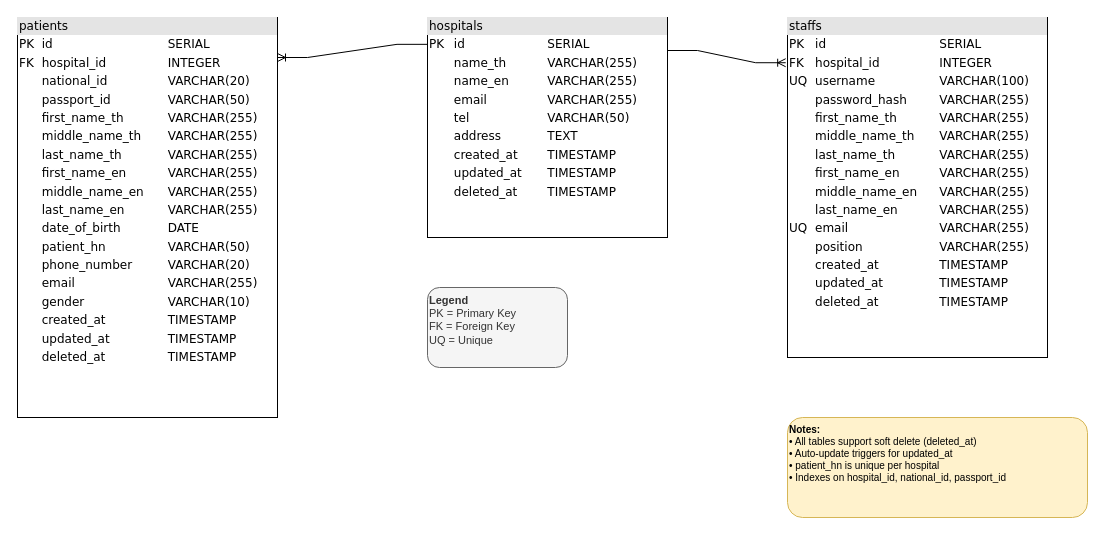
Earlier version of the draw.io diagram document/draw.io/database-schema.drawio (Thanamin/go-api). Source tidied: cells renumbered, new cells numbered last; positions are measured from the earlier drawing's top-left corner, leaving out a move shared by most shapes. Both pictures are drawn from the tidied source at 100%, with x=0, y=0 at pixel (17, 17).
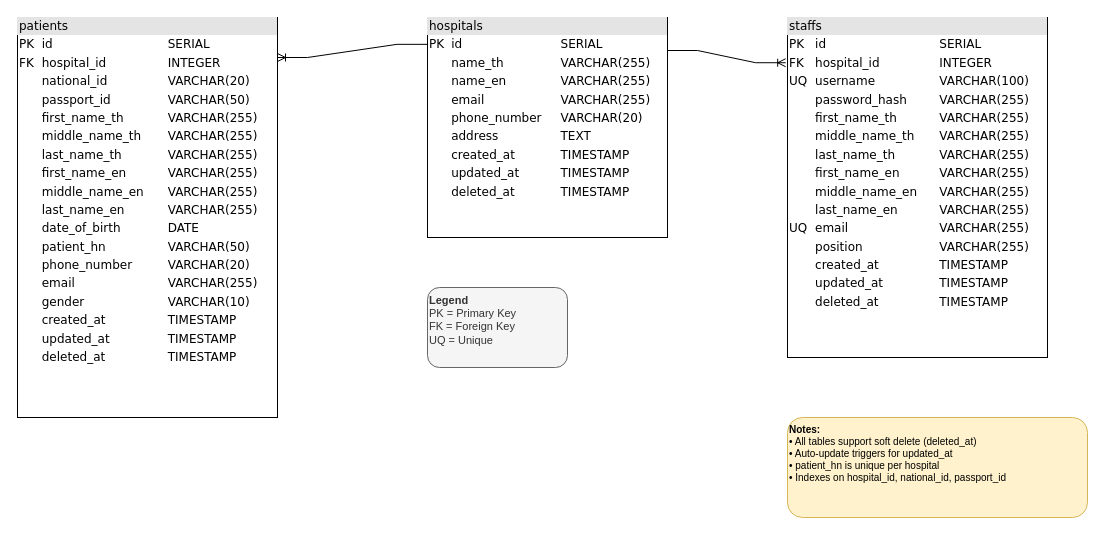
The same page after the edit.

What changed in the source:
```diff
@@
 <mxGraphModel>
   <root>
     <mxCell id="0" />
     <mxCell id="1" parent="0" />
-    <mxCell id="2" value="&lt;div style=&quot;box-sizing:border-box;width:100%;background:#e4e4e4;padding:2px;&quot;&gt;hospitals&lt;/div&gt;&lt;table style=&quot;width:100%;font-size:1em;&quot; cellpadding=&quot;2&quot; cellspacing=&quot;0&quot;&gt;&lt;tbody&gt;&lt;tr&gt;&lt;td&gt;PK&lt;/td&gt;&lt;td&gt;id&lt;/td&gt;&lt;td&gt;SERIAL&lt;/td&gt;&lt;/tr&gt;&lt;tr&gt;&lt;td&gt;&lt;/td&gt;&lt;td&gt;name_th&lt;/td&gt;&lt;td&gt;VARCHAR(255)&lt;/td&gt;&lt;/tr&gt;&lt;tr&gt;&lt;td&gt;&lt;/td&gt;&lt;td&gt;name_en&lt;/td&gt;&lt;td&gt;VARCHAR(255)&lt;/td&gt;&lt;/tr&gt;&lt;tr&gt;&lt;td&gt;&lt;/td&gt;&lt;td&gt;email&lt;/td&gt;&lt;td&gt;VARCHAR(255)&lt;/td&gt;&lt;/tr&gt;&lt;tr&gt;&lt;td&gt;&lt;/td&gt;&lt;td&gt;tel&lt;/td&gt;&lt;td&gt;VARCHAR(50)&lt;/td&gt;&lt;/tr&gt;&lt;tr&gt;&lt;td&gt;&lt;/td&gt;&lt;td&gt;address&lt;/td&gt;&lt;td&gt;TEXT&lt;/td&gt;&lt;/tr&gt;&lt;tr&gt;&lt;td&gt;&lt;/td&gt;&lt;td&gt;created_at&lt;/td&gt;&lt;td&gt;TIMESTAMP&lt;/td&gt;&lt;/tr&gt;&lt;tr&gt;&lt;td&gt;&lt;/td&gt;&lt;td&gt;updated_at&lt;/td&gt;&lt;td&gt;TIMESTAMP&lt;/td&gt;&lt;/tr&gt;&lt;tr&gt;&lt;td&gt;&lt;/td&gt;&lt;td&gt;deleted_at&lt;/td&gt;&lt;td&gt;TIMESTAMP&lt;/td&gt;&lt;/tr&gt;&lt;/tbody&gt;&lt;/table&gt;" style="verticalAlign=top;align=left;overflow=fill;html=1;rounded=0;shadow=0;comic=0;labelBackgroundColor=none;strokeWidth=1;fontFamily=Verdana;fontSize=12;" parent="1" vertex="1">
+    <mxCell id="2" value="&lt;div style=&quot;box-sizing:border-box;width:100%;background:#e4e4e4;padding:2px;&quot;&gt;hospitals&lt;/div&gt;&lt;table style=&quot;width:100%;font-size:1em;&quot; cellpadding=&quot;2&quot; cellspacing=&quot;0&quot;&gt;&lt;tbody&gt;&lt;tr&gt;&lt;td&gt;PK&lt;/td&gt;&lt;td&gt;id&lt;/td&gt;&lt;td&gt;SERIAL&lt;/td&gt;&lt;/tr&gt;&lt;tr&gt;&lt;td&gt;&lt;/td&gt;&lt;td&gt;name_th&lt;/td&gt;&lt;td&gt;VARCHAR(255)&lt;/td&gt;&lt;/tr&gt;&lt;tr&gt;&lt;td&gt;&lt;/td&gt;&lt;td&gt;name_en&lt;/td&gt;&lt;td&gt;VARCHAR(255)&lt;/td&gt;&lt;/tr&gt;&lt;tr&gt;&lt;td&gt;&lt;/td&gt;&lt;td&gt;email&lt;/td&gt;&lt;td&gt;VARCHAR(255)&lt;/td&gt;&lt;/tr&gt;&lt;tr&gt;&lt;td&gt;&lt;/td&gt;&lt;td&gt;phone_number&lt;/td&gt;&lt;td&gt;VARCHAR(20)&lt;/td&gt;&lt;/tr&gt;&lt;tr&gt;&lt;td&gt;&lt;/td&gt;&lt;td&gt;address&lt;/td&gt;&lt;td&gt;TEXT&lt;/td&gt;&lt;/tr&gt;&lt;tr&gt;&lt;td&gt;&lt;/td&gt;&lt;td&gt;created_at&lt;/td&gt;&lt;td&gt;TIMESTAMP&lt;/td&gt;&lt;/tr&gt;&lt;tr&gt;&lt;td&gt;&lt;/td&gt;&lt;td&gt;updated_at&lt;/td&gt;&lt;td&gt;TIMESTAMP&lt;/td&gt;&lt;/tr&gt;&lt;tr&gt;&lt;td&gt;&lt;/td&gt;&lt;td&gt;deleted_at&lt;/td&gt;&lt;td&gt;TIMESTAMP&lt;/td&gt;&lt;/tr&gt;&lt;/tbody&gt;&lt;/table&gt;" style="verticalAlign=top;align=left;overflow=fill;html=1;rounded=0;shadow=0;comic=0;labelBackgroundColor=none;strokeWidth=1;fontFamily=Verdana;fontSize=12;" parent="1" vertex="1">
       <mxGeometry x="410" width="240" height="220" as="geometry" />
     </mxCell>
     <mxCell id="3" value="&lt;div style=&quot;box-sizing: border-box; width: 100%; background: rgb(228, 228, 228); padding: 2px;&quot;&gt;staffs&lt;/div&gt;&lt;table style=&quot;width:100%;font-size:1em;&quot; cellpadding=&quot;2&quot; cellspacing=&quot;0&quot;&gt;&lt;tbody&gt;&lt;tr&gt;&lt;td&gt;PK&lt;/td&gt;&lt;td&gt;id&lt;/td&gt;&lt;td&gt;SERIAL&lt;/td&gt;&lt;/tr&gt;&lt;tr&gt;&lt;td&gt;FK&lt;/td&gt;&lt;td&gt;hospital_id&lt;/td&gt;&lt;td&gt;INTEGER&lt;/td&gt;&lt;/tr&gt;&lt;tr&gt;&lt;td&gt;UQ&lt;/td&gt;&lt;td&gt;username&lt;/td&gt;&lt;td&gt;VARCHAR(100)&lt;/td&gt;&lt;/tr&gt;&lt;tr&gt;&lt;td&gt;&lt;/td&gt;&lt;td&gt;password_hash&lt;/td&gt;&lt;td&gt;VARCHAR(255)&lt;/td&gt;&lt;/tr&gt;&lt;tr&gt;&lt;td&gt;&lt;/td&gt;&lt;td&gt;first_name_th&lt;/td&gt;&lt;td&gt;VARCHAR(255)&lt;/td&gt;&lt;/tr&gt;&lt;tr&gt;&lt;td&gt;&lt;/td&gt;&lt;td&gt;middle_name_th&lt;/td&gt;&lt;td&gt;VARCHAR(255)&lt;/td&gt;&lt;/tr&gt;&lt;tr&gt;&lt;td&gt;&lt;/td&gt;&lt;td&gt;last_name_th&lt;/td&gt;&lt;td&gt;VARCHAR(255)&lt;/td&gt;&lt;/tr&gt;&lt;tr&gt;&lt;td&gt;&lt;/td&gt;&lt;td&gt;first_name_en&lt;/td&gt;&lt;td&gt;VARCHAR(255)&lt;/td&gt;&lt;/tr&gt;&lt;tr&gt;&lt;td&gt;&lt;/td&gt;&lt;td&gt;middle_name_en&lt;/td&gt;&lt;td&gt;VARCHAR(255)&lt;/td&gt;&lt;/tr&gt;&lt;tr&gt;&lt;td&gt;&lt;/td&gt;&lt;td&gt;last_name_en&lt;/td&gt;&lt;td&gt;VARCHAR(255)&lt;/td&gt;&lt;/tr&gt;&lt;tr&gt;&lt;td&gt;UQ&lt;/td&gt;&lt;td&gt;email&lt;/td&gt;&lt;td&gt;VARCHAR(255)&lt;/td&gt;&lt;/tr&gt;&lt;tr&gt;&lt;td&gt;&lt;/td&gt;&lt;td&gt;position&lt;/td&gt;&lt;td&gt;VARCHAR(255)&lt;/td&gt;&lt;/tr&gt;&lt;tr&gt;&lt;td&gt;&lt;/td&gt;&lt;td&gt;created_at&lt;/td&gt;&lt;td&gt;TIMESTAMP&lt;/td&gt;&lt;/tr&gt;&lt;tr&gt;&lt;td&gt;&lt;/td&gt;&lt;td&gt;updated_at&lt;/td&gt;&lt;td&gt;TIMESTAMP&lt;/td&gt;&lt;/tr&gt;&lt;tr&gt;&lt;td&gt;&lt;/td&gt;&lt;td&gt;deleted_at&lt;/td&gt;&lt;td&gt;TIMESTAMP&lt;/td&gt;&lt;/tr&gt;&lt;/tbody&gt;&lt;/table&gt;" style="verticalAlign=top;align=left;overflow=fill;html=1;rounded=0;shadow=0;comic=0;labelBackgroundColor=none;strokeWidth=1;fontFamily=Verdana;fontSize=12;" parent="1" vertex="1">
       <mxGeometry x="770" width="260" height="340" as="geometry" />
     </mxCell>
     <mxCell id="4" value="&lt;div style=&quot;box-sizing: border-box; width: 100%; background: rgb(228, 228, 228); padding: 2px;&quot;&gt;patients&lt;/div&gt;&lt;table style=&quot;width:100%;font-size:1em;&quot; cellpadding=&quot;2&quot; cellspacing=&quot;0&quot;&gt;&lt;tbody&gt;&lt;tr&gt;&lt;td&gt;PK&lt;/td&gt;&lt;td&gt;id&lt;/td&gt;&lt;td&gt;SERIAL&lt;/td&gt;&lt;/tr&gt;&lt;tr&gt;&lt;td&gt;FK&lt;/td&gt;&lt;td&gt;hospital_id&lt;/td&gt;&lt;td&gt;INTEGER&lt;/td&gt;&lt;/tr&gt;&lt;tr&gt;&lt;td&gt;&lt;/td&gt;&lt;td&gt;national_id&lt;/td&gt;&lt;td&gt;VARCHAR(20)&lt;/td&gt;&lt;/tr&gt;&lt;tr&gt;&lt;td&gt;&lt;/td&gt;&lt;td&gt;passport_id&lt;/td&gt;&lt;td&gt;VARCHAR(50)&lt;/td&gt;&lt;/tr&gt;&lt;tr&gt;&lt;td&gt;&lt;/td&gt;&lt;td&gt;first_name_th&lt;/td&gt;&lt;td&gt;VARCHAR(255)&lt;/td&gt;&lt;/tr&gt;&lt;tr&gt;&lt;td&gt;&lt;/td&gt;&lt;td&gt;middle_name_th&lt;/td&gt;&lt;td&gt;VARCHAR(255)&lt;/td&gt;&lt;/tr&gt;&lt;tr&gt;&lt;td&gt;&lt;/td&gt;&lt;td&gt;last_name_th&lt;/td&gt;&lt;td&gt;VARCHAR(255)&lt;/td&gt;&lt;/tr&gt;&lt;tr&gt;&lt;td&gt;&lt;/td&gt;&lt;td&gt;first_name_en&lt;/td&gt;&lt;td&gt;VARCHAR(255)&lt;/td&gt;&lt;/tr&gt;&lt;tr&gt;&lt;td&gt;&lt;/td&gt;&lt;td&gt;middle_name_en&lt;/td&gt;&lt;td&gt;VARCHAR(255)&lt;/td&gt;&lt;/tr&gt;&lt;tr&gt;&lt;td&gt;&lt;/td&gt;&lt;td&gt;last_name_en&lt;/td&gt;&lt;td&gt;VARCHAR(255)&lt;/td&gt;&lt;/tr&gt;&lt;tr&gt;&lt;td&gt;&lt;/td&gt;&lt;td&gt;date_of_birth&lt;/td&gt;&lt;td&gt;DATE&lt;/td&gt;&lt;/tr&gt;&lt;tr&gt;&lt;td&gt;&lt;br&gt;&lt;/td&gt;&lt;td&gt;patient_hn&lt;/td&gt;&lt;td&gt;VARCHAR(50)&lt;/td&gt;&lt;/tr&gt;&lt;tr&gt;&lt;td&gt;&lt;/td&gt;&lt;td&gt;phone_number&lt;/td&gt;&lt;td&gt;VARCHAR(20)&lt;/td&gt;&lt;/tr&gt;&lt;tr&gt;&lt;td&gt;&lt;/td&gt;&lt;td&gt;email&lt;/td&gt;&lt;td&gt;VARCHAR(255)&lt;/td&gt;&lt;/tr&gt;&lt;tr&gt;&lt;td&gt;&lt;/td&gt;&lt;td&gt;gender&lt;/td&gt;&lt;td&gt;VARCHAR(10)&lt;/td&gt;&lt;/tr&gt;&lt;tr&gt;&lt;td&gt;&lt;/td&gt;&lt;td&gt;created_at&lt;/td&gt;&lt;td&gt;TIMESTAMP&lt;/td&gt;&lt;/tr&gt;&lt;tr&gt;&lt;td&gt;&lt;/td&gt;&lt;td&gt;updated_at&lt;/td&gt;&lt;td&gt;TIMESTAMP&lt;/td&gt;&lt;/tr&gt;&lt;tr&gt;&lt;td&gt;&lt;/td&gt;&lt;td&gt;deleted_at&lt;/td&gt;&lt;td&gt;TIMESTAMP&lt;/td&gt;&lt;/tr&gt;&lt;/tbody&gt;&lt;/table&gt;" style="verticalAlign=top;align=left;overflow=fill;html=1;rounded=0;shadow=0;comic=0;labelBackgroundColor=none;strokeWidth=1;fontFamily=Verdana;fontSize=12;" parent="1" vertex="1">
       <mxGeometry width="260" height="400" as="geometry" />
     </mxCell>
     <mxCell id="5" style="edgeStyle=entityRelationEdgeStyle;fontSize=12;html=1;endArrow=ERoneToMany;rounded=0;exitX=1;exitY=0.15;exitDx=0;exitDy=0;entryX=-0.007;entryY=0.133;entryDx=0;entryDy=0;entryPerimeter=0;" parent="1" edge="1" source="2" target="3">
       <mxGeometry relative="1" as="geometry" />
     </mxCell>
     <mxCell id="6" style="edgeStyle=entityRelationEdgeStyle;fontSize=12;html=1;endArrow=ERoneToMany;rounded=0;exitX=-0.002;exitY=0.122;exitDx=0;exitDy=0;entryX=1;entryY=0.1;entryDx=0;entryDy=0;exitPerimeter=0;entryPerimeter=0;" parent="1" edge="1" source="2" target="4">
       <mxGeometry relative="1" as="geometry">
         <Array as="points">
           <mxPoint x="930" y="60" />
         </Array>
       </mxGeometry>
     </mxCell>
     <mxCell id="7" value="&lt;b&gt;Legend&lt;/b&gt;&lt;br&gt;PK = Primary Key&lt;br&gt;FK = Foreign Key&lt;div&gt;&lt;font color=&quot;#333333&quot;&gt;UQ = Unique&lt;br&gt;&lt;/font&gt;&lt;div&gt;&lt;br&gt;&lt;/div&gt;&lt;/div&gt;" style="text;html=1;strokeColor=#666666;fillColor=#f5f5f5;align=left;verticalAlign=top;whiteSpace=wrap;rounded=1;fontSize=11;fontColor=#333333;" parent="1" vertex="1">
       <mxGeometry x="410" y="270" width="140" height="80" as="geometry" />
     </mxCell>
     <mxCell id="8" value="&lt;b&gt;Notes:&lt;/b&gt;&lt;br&gt;• All tables support soft delete (deleted_at)&lt;br&gt;• Auto-update triggers for updated_at&lt;br&gt;• patient_hn is unique per hospital&lt;br&gt;• Indexes on hospital_id, national_id, passport_id" style="text;html=1;strokeColor=#d6b656;fillColor=#fff2cc;align=left;verticalAlign=top;whiteSpace=wrap;rounded=1;fontSize=10;" parent="1" vertex="1">
       <mxGeometry x="770" y="400" width="300" height="100" as="geometry" />
     </mxCell>
   </root>
 </mxGraphModel>
```
